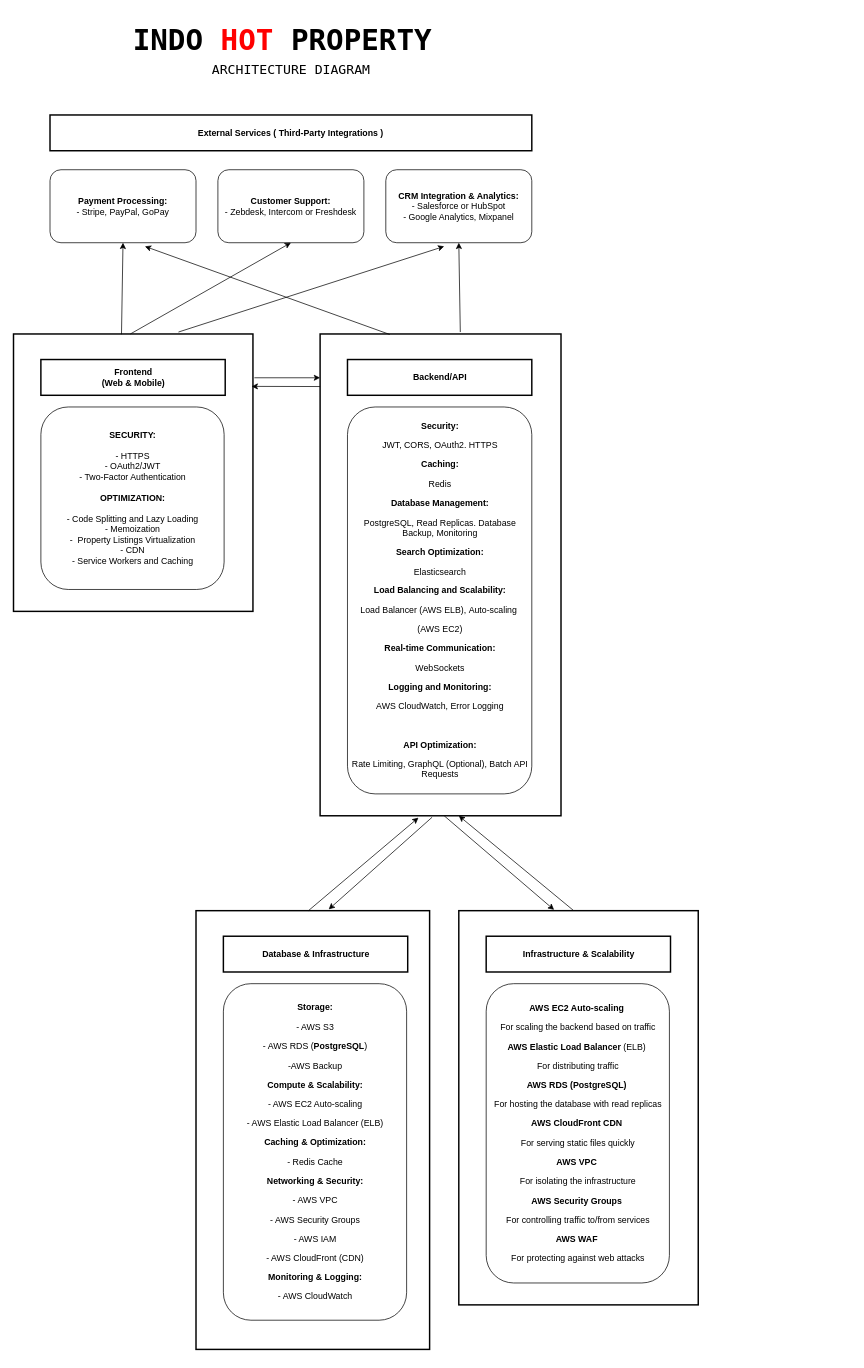
Earlier version of the draw.io diagram architecture-diagram.drawio (szumi112/INDO-HOT-PROPERTY-AD). Source tidied: cells renumbered, new cells numbered last; positions are measured from the earlier drawing's top-left corner, leaving out a move shared by most shapes. Both pictures are drawn from the tidied source at 73%, with x=0, y=0 at pixel (13, 12).
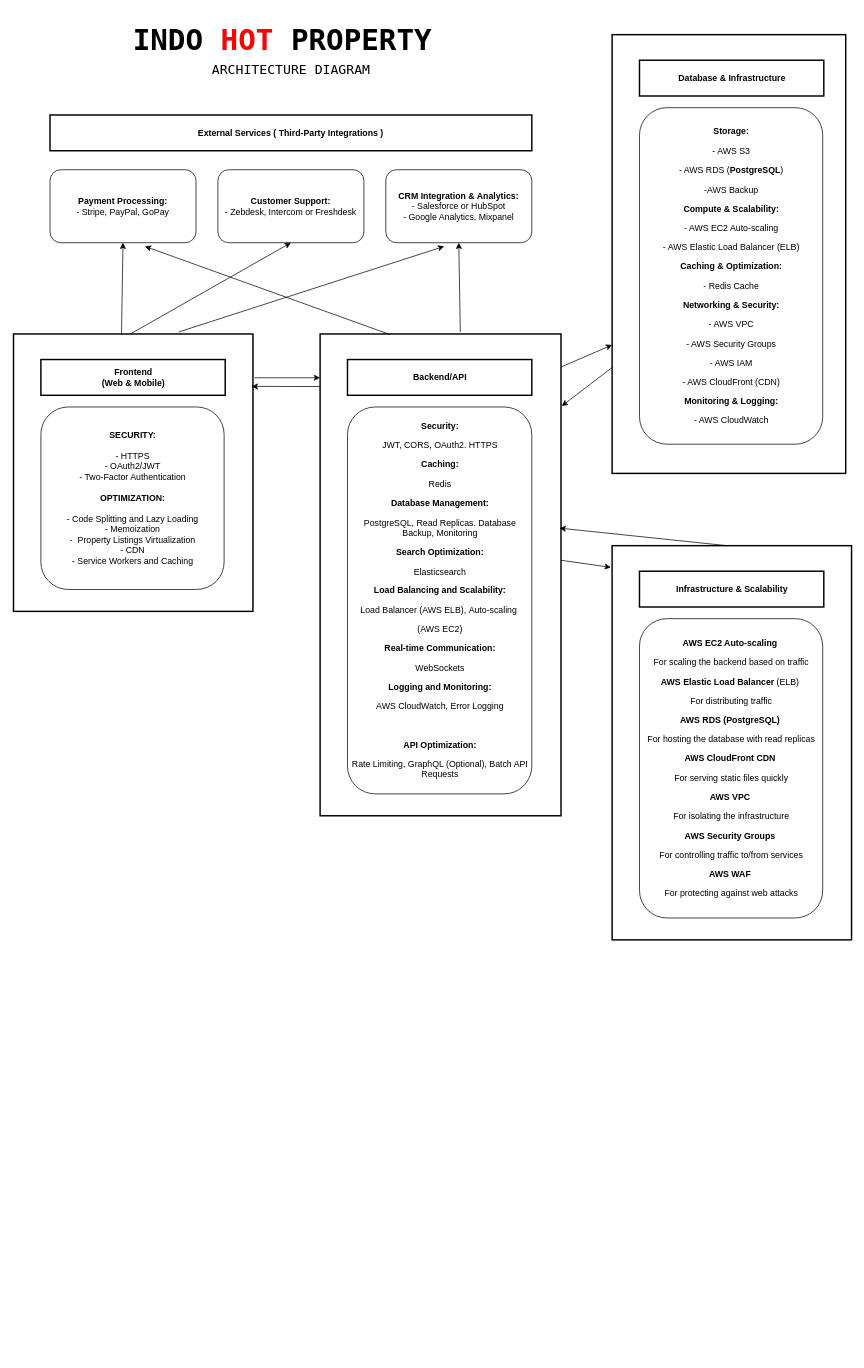
The same page after the edit.

Commit message:
change design for screenshot

The change refers to these unchanged cells:
```xml
<mxCell id="6" value="&#10;" style="whiteSpace=wrap;strokeWidth=2;" parent="1" vertex="1">
  <mxGeometry x="420" y="440" width="330" height="660" as="geometry" />
</mxCell>
```

What changed in the source:
```diff
@@
     <mxCell id="11" value="&#10;" style="whiteSpace=wrap;strokeWidth=2;" parent="1" vertex="1">
-      <mxGeometry x="250" y="1230" width="320" height="601" as="geometry" />
+      <mxGeometry x="820" y="30" width="320" height="601" as="geometry" />
     </mxCell>
     <mxCell id="12" value="Database &amp; Infrastructure" style="whiteSpace=wrap;strokeWidth=2;fontStyle=1;" parent="1" vertex="1">
-      <mxGeometry x="287.5" y="1265" width="252.5" height="49" as="geometry" />
+      <mxGeometry x="857.5" y="65" width="252.5" height="49" as="geometry" />
     </mxCell>
     <mxCell id="13" value="&lt;p&gt;&lt;b&gt;Storage:&lt;/b&gt;&lt;/p&gt;&lt;p&gt;&lt;/p&gt;&lt;p&gt;- AWS S3&lt;/p&gt;&lt;p&gt;- AWS RDS (&lt;b&gt;PostgreSQL&lt;/b&gt;)&lt;/p&gt;&lt;p&gt;-AWS Backup&lt;/p&gt;&lt;p&gt;&lt;b&gt;Compute &amp;amp; Scalability:&lt;/b&gt;&lt;/p&gt;&lt;p&gt;&lt;/p&gt;&lt;p&gt;- AWS EC2 Auto-scaling&lt;/p&gt;&lt;p&gt;- AWS Elastic Load Balancer (ELB)&lt;/p&gt;&lt;p&gt;&lt;b&gt;Caching &amp;amp; Optimization:&lt;/b&gt;&lt;/p&gt;&lt;p&gt;&lt;/p&gt;&lt;p&gt;- Redis Cache&lt;/p&gt;&lt;p&gt;&lt;b&gt;Networking &amp;amp; Security:&lt;/b&gt;&lt;/p&gt;&lt;p&gt;&lt;/p&gt;&lt;p&gt;- AWS VPC&lt;/p&gt;&lt;p&gt;- AWS Security Groups&lt;/p&gt;&lt;p&gt;- AWS IAM&lt;/p&gt;&lt;p&gt;- AWS CloudFront (CDN)&lt;/p&gt;&lt;p&gt;&lt;b&gt;Monitoring &amp;amp; Logging:&lt;/b&gt;&lt;/p&gt;&lt;p&gt;&lt;/p&gt;&lt;p&gt;- AWS CloudWatch&lt;/p&gt;" style="rounded=1;whiteSpace=wrap;html=1;" parent="1" vertex="1">
-      <mxGeometry x="287.5" y="1330" width="251" height="461" as="geometry" />
+      <mxGeometry x="857.5" y="130" width="251" height="461" as="geometry" />
     </mxCell>
@@
     <mxCell id="15" value="&#10;" style="whiteSpace=wrap;strokeWidth=2;" parent="1" vertex="1">
-      <mxGeometry x="610" y="1230" width="328" height="540" as="geometry" />
+      <mxGeometry x="820" y="730" width="328" height="540" as="geometry" />
     </mxCell>
     <mxCell id="16" value="Infrastructure &amp; Scalability" style="whiteSpace=wrap;strokeWidth=2;fontStyle=1;" parent="1" vertex="1">
-      <mxGeometry x="647.5" y="1265" width="252.5" height="49" as="geometry" />
+      <mxGeometry x="857.5" y="765" width="252.5" height="49" as="geometry" />
     </mxCell>
     <mxCell id="17" value="&lt;p&gt;&lt;b&gt;AWS EC2 Auto-scaling&lt;/b&gt;&amp;nbsp;&lt;/p&gt;&lt;p&gt;For scaling the backend based on traffic&lt;/p&gt;&lt;p&gt;&lt;b&gt;AWS Elastic Load Balancer&lt;/b&gt; (ELB)&amp;nbsp;&lt;/p&gt;&lt;p&gt;For distributing traffic&lt;/p&gt;&lt;p&gt;&lt;b&gt;AWS RDS (PostgreSQL)&lt;/b&gt;&amp;nbsp;&lt;/p&gt;&lt;p&gt;For hosting the database with read replicas&lt;/p&gt;&lt;p&gt;&lt;b&gt;AWS CloudFront CDN&lt;/b&gt;&amp;nbsp;&lt;/p&gt;&lt;p&gt;For serving static files quickly&lt;/p&gt;&lt;p&gt;&lt;b&gt;AWS VPC&lt;/b&gt;&amp;nbsp;&lt;/p&gt;&lt;p&gt;For isolating the infrastructure&lt;/p&gt;&lt;p&gt;&lt;b&gt;AWS Security Groups&lt;/b&gt;&amp;nbsp;&lt;/p&gt;&lt;p&gt;For controlling traffic to/from services&lt;/p&gt;&lt;p&gt;&lt;b&gt;AWS WAF&lt;/b&gt;&amp;nbsp;&lt;/p&gt;&lt;p&gt;For protecting against web attacks&lt;/p&gt;" style="rounded=1;whiteSpace=wrap;html=1;" parent="1" vertex="1">
-      <mxGeometry x="647.5" y="1330" width="251" height="410" as="geometry" />
+      <mxGeometry x="857.5" y="830" width="251" height="410" as="geometry" />
     </mxCell>
@@
-    <mxCell id="20" style="endArrow=classic;html=1;rounded=0;entryX=0.595;entryY=0.993;entryDx=0;entryDy=0;entryPerimeter=0;exitX=0.48;exitY=0;exitDx=0;exitDy=0;exitPerimeter=0;" parent="1" edge="1" source="15">
-      <mxGeometry relative="1" as="geometry">
-        <mxPoint x="610" y="1100" as="targetPoint" />
-      </mxGeometry>
+    <mxCell id="20" style="endArrow=classic;html=1;rounded=0;entryX=0.994;entryY=0.403;entryDx=0;entryDy=0;entryPerimeter=0;exitX=0.48;exitY=0;exitDx=0;exitDy=0;exitPerimeter=0;" parent="1" edge="1" source="15" target="6">
+      <mxGeometry relative="1" as="geometry" />
     </mxCell>
-    <mxCell id="21" style="endArrow=classic;html=1;rounded=0;exitX=0.515;exitY=1;exitDx=0;exitDy=0;exitPerimeter=0;entryX=0.398;entryY=-0.002;entryDx=0;entryDy=0;entryPerimeter=0;" parent="1" edge="1" source="6" target="15">
-      <mxGeometry relative="1" as="geometry" />
+    <mxCell id="21" style="endArrow=classic;html=1;rounded=0;entryX=-0.005;entryY=0.055;entryDx=0;entryDy=0;entryPerimeter=0;" parent="1" edge="1" target="15">
+      <mxGeometry relative="1" as="geometry">
+        <mxPoint x="750" y="750" as="sourcePoint" />
+      </mxGeometry>
     </mxCell>
-    <mxCell id="22" style="endArrow=classic;html=1;rounded=0;entryX=0.442;entryY=1.003;entryDx=0;entryDy=0;entryPerimeter=0;exitX=0.516;exitY=-0.001;exitDx=0;exitDy=0;exitPerimeter=0;" parent="1" edge="1">
+    <mxCell id="22" style="endArrow=classic;html=1;rounded=0;entryX=1.003;entryY=0.182;entryDx=0;entryDy=0;entryPerimeter=0;exitX=0.516;exitY=-0.001;exitDx=0;exitDy=0;exitPerimeter=0;" parent="1" edge="1">
       <mxGeometry relative="1" as="geometry">
-        <mxPoint x="404" y="1230" as="sourcePoint" />
-        <mxPoint x="554.7" y="1102.6" as="targetPoint" />
+        <mxPoint x="820" y="486" as="sourcePoint" />
+        <mxPoint x="751" y="538.7" as="targetPoint" />
       </mxGeometry>
     </mxCell>
-    <mxCell id="23" style="endArrow=classic;html=1;rounded=0;exitX=0.465;exitY=1.003;exitDx=0;exitDy=0;exitPerimeter=0;entryX=0.568;entryY=-0.003;entryDx=0;entryDy=0;entryPerimeter=0;" parent="1" edge="1" source="6" target="11">
-      <mxGeometry relative="1" as="geometry" />
+    <mxCell id="23" style="endArrow=classic;html=1;rounded=0;exitX=1.007;exitY=0.019;exitDx=0;exitDy=0;exitPerimeter=0;entryX=0.006;entryY=0.653;entryDx=0;entryDy=0;entryPerimeter=0;" parent="1" edge="1">
+      <mxGeometry relative="1" as="geometry">
+        <mxPoint x="750.4" y="485.1" as="sourcePoint" />
+        <mxPoint x="820" y="455" as="targetPoint" />
+      </mxGeometry>
     </mxCell>
```
